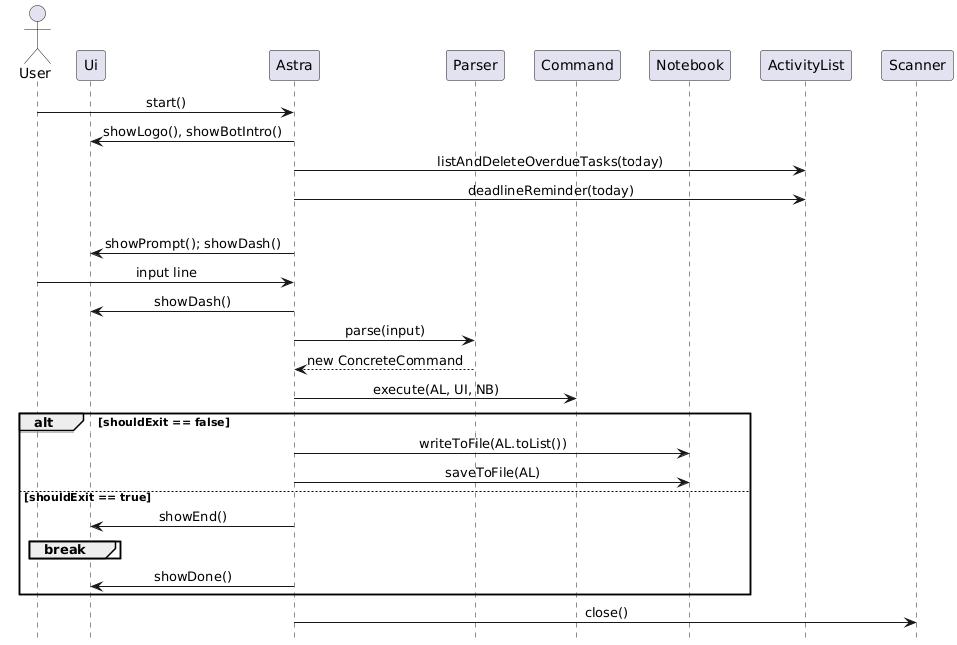
This is docs/images/main_loop_sequence.png from Kennahh/tp, a PlantUML export, as it was before one commit. Its source is kept beside it as docs/diagrams/main_loop_sequence.puml.
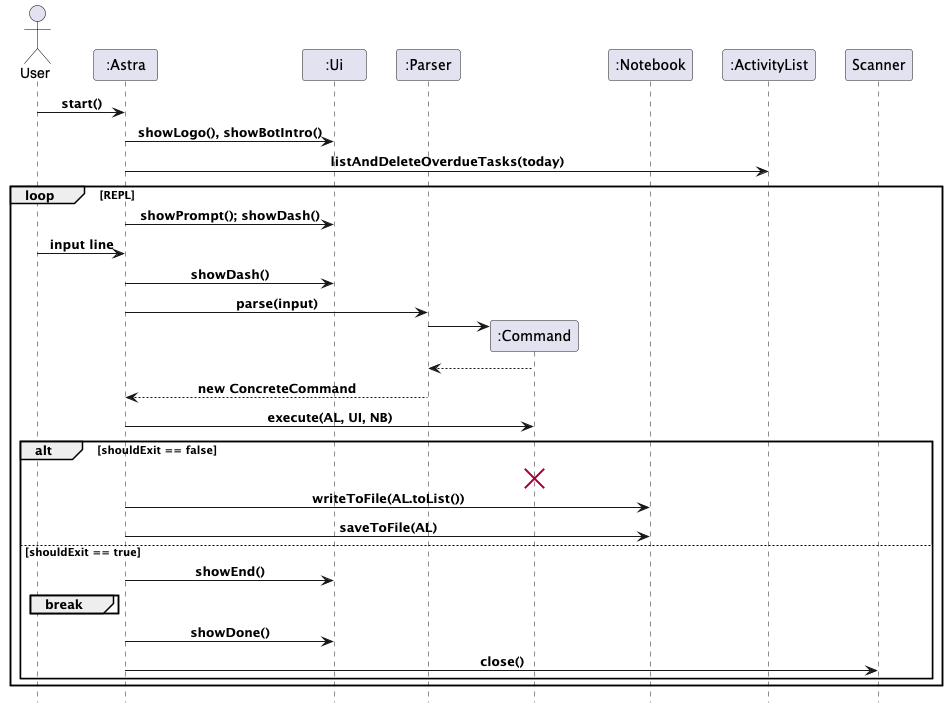
After the change.

Change to the diagram source:
```diff
@@ -2,12 +2,12 @@
 !include style.puml
 
 actor User
-participant Astra
-participant UI as "Ui"
-participant Parser
-participant C as "Command"
-participant NB as "Notebook"
-participant AL as "ActivityList"
+participant Astra as ":Astra"
+participant UI as ":Ui"
+participant Parser as "Parser"
+participant C as ":Command"
+participant NB as ":Notebook"
+participant AL as ":ActivityList"
 
 User -> Astra: start()
 Astra -> UI: showLogo(), showBotIntro()
@@ -17,9 +17,14 @@
   User -> Astra: input line
   Astra -> UI: showDash()
   Astra -> Parser: parse(input)
+  create C
+  Parser -> C
+  return
   Parser --> Astra: new ConcreteCommand
   Astra -> C: execute(AL, UI, NB)
   alt shouldExit == false
+    C -[Hidden]> C
+    destroy C
     Astra -> NB: writeToFile(AL.toList())
     Astra -> NB: saveToFile(AL)
     else shouldExit == true
```
